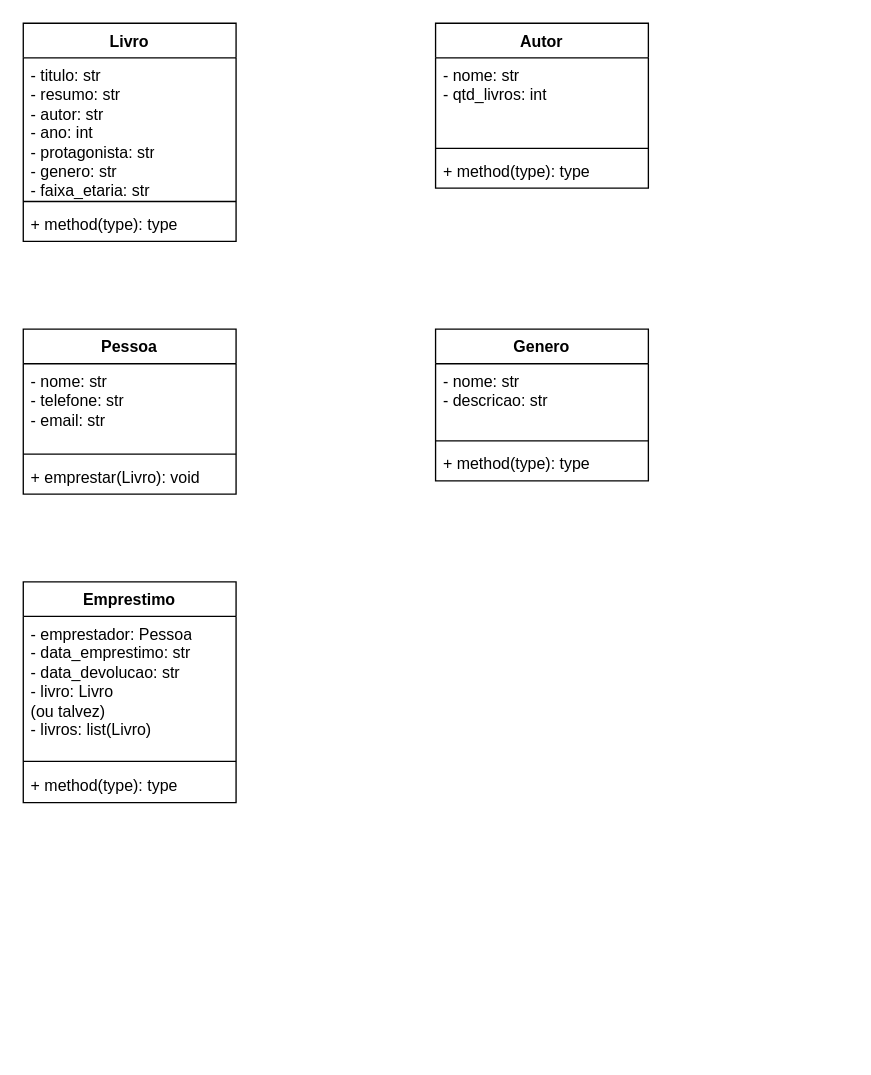
ChrisBarlera/UFSCode keeps this draw.io diagram as INE5605-02238A - Desenvolvimento de Sistemas Orientados a Objetos I/09 - Setembro/EmprestimosLivros(Classes).drawio. Above is the earlier version. Source tidied: cells renumbered, new cells numbered last; positions are measured from the earlier drawing's top-left corner, leaving out a move shared by most shapes. Both pictures are drawn from the tidied source at 133%, with x=0, y=0 at pixel (23, 23).
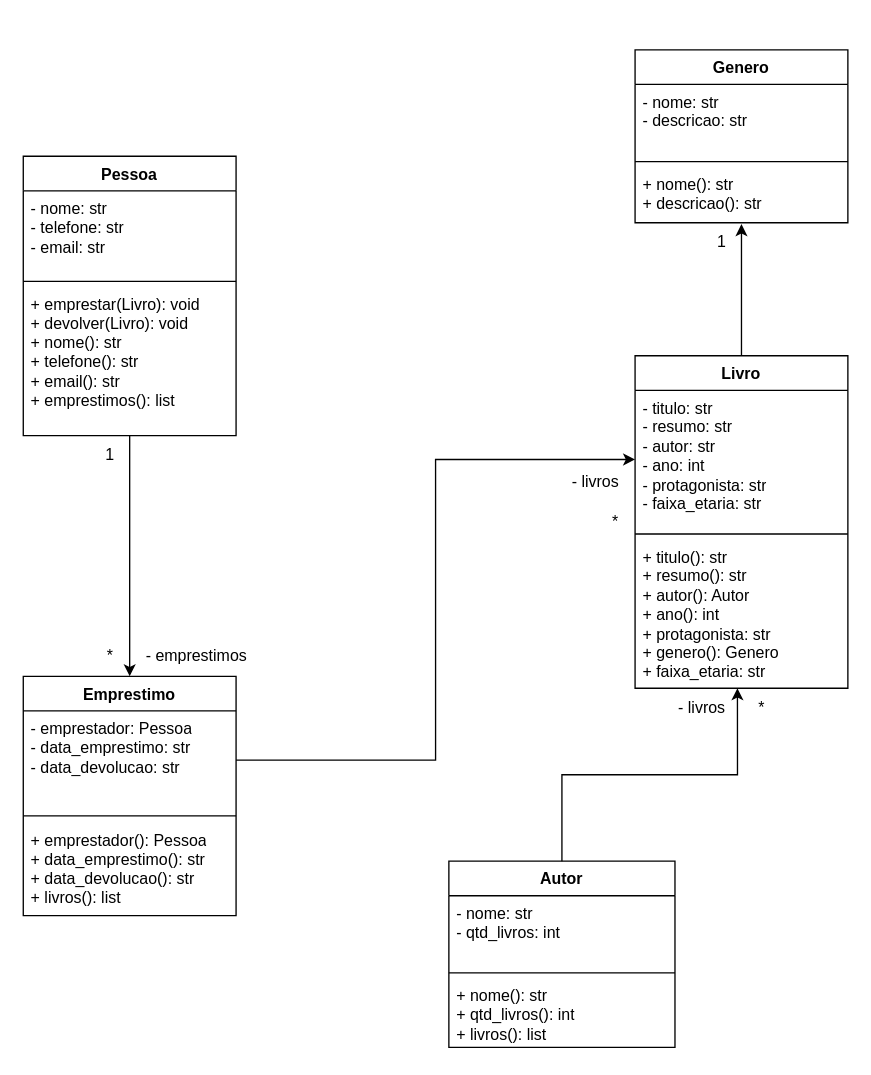
The same page after the edit.

Change to the diagram source:
```diff
@@
     <mxCell id="2" value="Livro" style="swimlane;fontStyle=1;align=center;verticalAlign=top;horizontal=1;startSize=26;whiteSpace=wrap;html=1;" parent="1" vertex="1">
-      <mxGeometry width="160" height="164" as="geometry" />
+      <mxGeometry x="460" y="250" width="160" height="250" as="geometry" />
     </mxCell>
-    <mxCell id="3" value="- titulo: str&lt;div&gt;- resumo: str&lt;br&gt;&lt;/div&gt;&lt;div&gt;- autor: str&lt;br&gt;&lt;/div&gt;&lt;div&gt;- ano: int&lt;/div&gt;&lt;div&gt;- protagonista: str&lt;br&gt;&lt;/div&gt;&lt;div&gt;- genero: str&lt;br&gt;&lt;/div&gt;&lt;div&gt;- faixa_etaria: str&lt;br&gt;&lt;/div&gt;" style="text;strokeColor=none;fillColor=none;align=left;verticalAlign=top;spacingLeft=4;spacingRight=4;overflow=hidden;points=[[0,0.5],[1,0.5]];portConstraint=eastwest;whiteSpace=wrap;html=1;" parent="2" vertex="1">
+    <mxCell id="3" value="- titulo: str&lt;div&gt;- resumo: str&lt;br&gt;&lt;/div&gt;&lt;div&gt;- autor: str&lt;br&gt;&lt;/div&gt;&lt;div&gt;- ano: int&lt;/div&gt;&lt;div&gt;- protagonista: str&lt;/div&gt;&lt;div&gt;&lt;span style=&quot;background-color: initial;&quot;&gt;- faixa_etaria: str&lt;/span&gt;&lt;/div&gt;" style="text;strokeColor=none;fillColor=none;align=left;verticalAlign=top;spacingLeft=4;spacingRight=4;overflow=hidden;points=[[0,0.5],[1,0.5]];portConstraint=eastwest;whiteSpace=wrap;html=1;" parent="2" vertex="1">
       <mxGeometry y="26" width="160" height="104" as="geometry" />
     </mxCell>
@@
-    <mxCell id="5" value="+ method(type): type" style="text;strokeColor=none;fillColor=none;align=left;verticalAlign=top;spacingLeft=4;spacingRight=4;overflow=hidden;points=[[0,0.5],[1,0.5]];portConstraint=eastwest;whiteSpace=wrap;html=1;" parent="2" vertex="1">
-      <mxGeometry y="138" width="160" height="26" as="geometry" />
+    <mxCell id="5" value="+ titulo(): str&lt;div&gt;+ resumo(): str&lt;br&gt;&lt;/div&gt;&lt;div&gt;+ autor(): Autor&lt;br&gt;&lt;/div&gt;&lt;div&gt;+ ano(): int&lt;br&gt;&lt;/div&gt;&lt;div&gt;+ protagonista: str&lt;br&gt;&lt;/div&gt;&lt;div&gt;+ genero(): Genero&lt;/div&gt;&lt;div&gt;+ faixa_etaria: str&lt;/div&gt;" style="text;strokeColor=none;fillColor=none;align=left;verticalAlign=top;spacingLeft=4;spacingRight=4;overflow=hidden;points=[[0,0.5],[1,0.5]];portConstraint=eastwest;whiteSpace=wrap;html=1;" parent="2" vertex="1">
+      <mxGeometry y="138" width="160" height="112" as="geometry" />
     </mxCell>
+    <mxCell id="22" style="edgeStyle=orthogonalEdgeStyle;rounded=0;jettySize=auto;html=1;entryX=0.5;entryY=0;entryDx=0;entryDy=0;" parent="1" edge="1" source="6" target="10">
+      <mxGeometry relative="1" as="geometry" />
+    </mxCell>
     <mxCell id="6" value="Pessoa" style="swimlane;fontStyle=1;align=center;verticalAlign=top;horizontal=1;startSize=26;whiteSpace=wrap;html=1;" parent="1" vertex="1">
-      <mxGeometry y="230" width="160" height="124" as="geometry" />
+      <mxGeometry y="100" width="160" height="210" as="geometry" />
     </mxCell>
@@
-    <mxCell id="9" value="+ emprestar(Livro): void" style="text;strokeColor=none;fillColor=none;align=left;verticalAlign=top;spacingLeft=4;spacingRight=4;overflow=hidden;whiteSpace=wrap;html=1;" parent="6" vertex="1">
-      <mxGeometry y="98" width="160" height="26" as="geometry" />
+    <mxCell id="9" value="+ emprestar(Livro): void&lt;div&gt;+ devolver(Livro): void&lt;/div&gt;&lt;div&gt;+ nome(): str&lt;/div&gt;&lt;div&gt;+ telefone(): str&lt;/div&gt;&lt;div&gt;+ email(): str&lt;/div&gt;&lt;div&gt;+ emprestimos(): list&lt;/div&gt;" style="text;strokeColor=none;fillColor=none;align=left;verticalAlign=top;spacingLeft=4;spacingRight=4;overflow=hidden;whiteSpace=wrap;html=1;" parent="6" vertex="1">
+      <mxGeometry y="98" width="160" height="112" as="geometry" />
     </mxCell>
     <mxCell id="10" value="Emprestimo" style="swimlane;fontStyle=1;align=center;verticalAlign=top;horizontal=1;startSize=26;whiteSpace=wrap;html=1;" parent="1" vertex="1">
-      <mxGeometry y="420" width="160" height="166" as="geometry" />
+      <mxGeometry y="491" width="160" height="180" as="geometry" />
     </mxCell>
-    <mxCell id="11" value="- emprestador: Pessoa&lt;div&gt;- data_emprestimo: str&lt;br&gt;&lt;div&gt;- data_devolucao: str&lt;br&gt;&lt;/div&gt;&lt;div&gt;- livro: Livro&lt;br&gt;&lt;/div&gt;&lt;div&gt;(ou talvez)&lt;/div&gt;&lt;div&gt;- livros: list(Livro)&lt;br&gt;&lt;/div&gt;&lt;/div&gt;" style="text;strokeColor=none;fillColor=none;align=left;verticalAlign=top;spacingLeft=4;spacingRight=4;overflow=hidden;points=[[0,0.5],[1,0.5]];portConstraint=eastwest;whiteSpace=wrap;html=1;" parent="10" vertex="1">
-      <mxGeometry y="26" width="160" height="104" as="geometry" />
+    <mxCell id="11" value="- emprestador: Pessoa&lt;div&gt;- data_emprestimo: str&lt;br&gt;&lt;div&gt;- data_devolucao: str&lt;br&gt;&lt;/div&gt;&lt;/div&gt;" style="text;strokeColor=none;fillColor=none;align=left;verticalAlign=top;spacingLeft=4;spacingRight=4;overflow=hidden;points=[[0,0.5],[1,0.5]];portConstraint=eastwest;whiteSpace=wrap;html=1;" parent="10" vertex="1">
+      <mxGeometry y="26" width="160" height="74" as="geometry" />
     </mxCell>
     <mxCell id="12" style="line;strokeWidth=1;fillColor=none;align=left;verticalAlign=middle;spacingTop=-1;spacingLeft=3;spacingRight=3;labelPosition=right;strokeColor=inherit;" parent="10" vertex="1">
-      <mxGeometry y="130" width="160" height="10" as="geometry" />
+      <mxGeometry y="100" width="160" height="10" as="geometry" />
     </mxCell>
-    <mxCell id="13" value="+ method(type): type" style="text;strokeColor=none;fillColor=none;align=left;verticalAlign=top;spacingLeft=4;spacingRight=4;overflow=hidden;whiteSpace=wrap;html=1;" parent="10" vertex="1">
-      <mxGeometry y="140" width="160" height="26" as="geometry" />
+    <mxCell id="13" value="+ emprestador(): Pessoa&lt;div&gt;+ data_emprestimo(): str&lt;br&gt;&lt;/div&gt;&lt;div&gt;+ data_devolucao(): str&lt;br&gt;&lt;/div&gt;&lt;div&gt;+ livros(): list&lt;/div&gt;" style="text;strokeColor=none;fillColor=none;align=left;verticalAlign=top;spacingLeft=4;spacingRight=4;overflow=hidden;whiteSpace=wrap;html=1;" parent="10" vertex="1">
+      <mxGeometry y="110" width="160" height="70" as="geometry" />
     </mxCell>
     <mxCell id="14" value="Autor" style="swimlane;fontStyle=1;align=center;verticalAlign=top;horizontal=1;startSize=26;whiteSpace=wrap;html=1;" parent="1" vertex="1">
-      <mxGeometry x="310" width="160" height="124" as="geometry" />
+      <mxGeometry x="320" y="630" width="170" height="140" as="geometry" />
     </mxCell>
     <mxCell id="15" value="- nome: str&lt;div&gt;- qtd_livros: int&lt;/div&gt;" style="text;strokeColor=none;fillColor=none;align=left;verticalAlign=top;spacingLeft=4;spacingRight=4;overflow=hidden;whiteSpace=wrap;html=1;" parent="14" vertex="1">
-      <mxGeometry y="26" width="160" height="64" as="geometry" />
+      <mxGeometry y="26" width="170" height="54" as="geometry" />
     </mxCell>
     <mxCell id="16" style="line;strokeWidth=1;fillColor=none;align=left;verticalAlign=middle;spacingTop=-1;spacingLeft=3;spacingRight=3;labelPosition=right;strokeColor=inherit;" parent="14" vertex="1">
-      <mxGeometry y="90" width="160" height="8" as="geometry" />
+      <mxGeometry y="80" width="170" height="8" as="geometry" />
     </mxCell>
-    <mxCell id="17" value="+ method(type): type" style="text;strokeColor=none;fillColor=none;align=left;verticalAlign=top;spacingLeft=4;spacingRight=4;overflow=hidden;whiteSpace=wrap;html=1;" parent="14" vertex="1">
-      <mxGeometry y="98" width="160" height="26" as="geometry" />
+    <mxCell id="17" value="&lt;div&gt;+ nome(): str&lt;br&gt;&lt;/div&gt;&lt;div&gt;+ qtd_livros(): int&lt;span style=&quot;color: rgba(0, 0, 0, 0); font-family: monospace; font-size: 0px; text-wrap: nowrap;&quot;&gt;&lt;br&gt;&lt;/span&gt;&lt;/div&gt;&lt;div&gt;+ livros(): list&lt;/div&gt;" style="text;strokeColor=none;fillColor=none;align=left;verticalAlign=top;spacingLeft=4;spacingRight=4;overflow=hidden;whiteSpace=wrap;html=1;" parent="14" vertex="1">
+      <mxGeometry y="88" width="170" height="52" as="geometry" />
     </mxCell>
     <mxCell id="18" value="Genero" style="swimlane;fontStyle=1;align=center;verticalAlign=top;horizontal=1;startSize=26;whiteSpace=wrap;html=1;" parent="1" vertex="1">
-      <mxGeometry x="310" y="230" width="160" height="114" as="geometry" />
+      <mxGeometry x="460" y="20" width="160" height="130" as="geometry" />
     </mxCell>
@@
-    <mxCell id="21" value="+ method(type): type" style="text;strokeColor=none;fillColor=none;align=left;verticalAlign=top;spacingLeft=4;spacingRight=4;overflow=hidden;points=[[0,0.5],[1,0.5]];portConstraint=eastwest;whiteSpace=wrap;html=1;" parent="18" vertex="1">
-      <mxGeometry y="88" width="160" height="26" as="geometry" />
+    <mxCell id="21" value="+ nome(): str&lt;div&gt;+ descricao(): str&lt;br&gt;&lt;/div&gt;" style="text;strokeColor=none;fillColor=none;align=left;verticalAlign=top;spacingLeft=4;spacingRight=4;overflow=hidden;points=[[0,0.5],[1,0.5]];portConstraint=eastwest;whiteSpace=wrap;html=1;" parent="18" vertex="1">
+      <mxGeometry y="88" width="160" height="42" as="geometry" />
     </mxCell>
+    <mxCell id="23" value="- emprestimos" style="text;html=1;align=center;verticalAlign=middle;strokeColor=none;fillColor=none;" parent="1" vertex="1">
+      <mxGeometry x="80" y="461" width="100" height="30" as="geometry" />
+    </mxCell>
+    <mxCell id="24" value="*" style="text;html=1;align=center;verticalAlign=middle;strokeColor=none;fillColor=none;" parent="1" vertex="1">
+      <mxGeometry x="50" y="461" width="30" height="30" as="geometry" />
+    </mxCell>
+    <mxCell id="25" value="1" style="text;html=1;align=center;verticalAlign=middle;strokeColor=none;fillColor=none;" parent="1" vertex="1">
+      <mxGeometry x="50" y="310" width="30" height="30" as="geometry" />
+    </mxCell>
+    <mxCell id="26" style="edgeStyle=orthogonalEdgeStyle;rounded=0;jettySize=auto;html=1;entryX=0;entryY=0.5;entryDx=0;entryDy=0;" parent="1" edge="1" source="11" target="3">
+      <mxGeometry relative="1" as="geometry" />
+    </mxCell>
+    <mxCell id="27" value="*" style="text;html=1;align=center;verticalAlign=middle;strokeColor=none;fillColor=none;" parent="1" vertex="1">
+      <mxGeometry x="430" y="360" width="30" height="30" as="geometry" />
+    </mxCell>
+    <mxCell id="28" value="- livros" style="text;html=1;align=center;verticalAlign=middle;strokeColor=none;fillColor=none;" parent="1" vertex="1">
+      <mxGeometry x="400" y="330" width="60" height="30" as="geometry" />
+    </mxCell>
+    <mxCell id="29" style="edgeStyle=orthogonalEdgeStyle;rounded=0;jettySize=auto;html=1;entryX=0.5;entryY=1.024;entryDx=0;entryDy=0;entryPerimeter=0;" parent="1" edge="1" source="2" target="21">
+      <mxGeometry relative="1" as="geometry" />
+    </mxCell>
+    <mxCell id="30" style="edgeStyle=orthogonalEdgeStyle;rounded=0;jettySize=auto;html=1;entryX=0.481;entryY=1;entryDx=0;entryDy=0;entryPerimeter=0;" parent="1" edge="1" source="14" target="5">
+      <mxGeometry relative="1" as="geometry" />
+    </mxCell>
+    <mxCell id="31" value="1" style="text;html=1;align=center;verticalAlign=middle;strokeColor=none;fillColor=none;" parent="1" vertex="1">
+      <mxGeometry x="510" y="150" width="30" height="30" as="geometry" />
+    </mxCell>
+    <mxCell id="32" value="- livros" style="text;html=1;align=center;verticalAlign=middle;strokeColor=none;fillColor=none;" parent="1" vertex="1">
+      <mxGeometry x="480" y="500" width="60" height="30" as="geometry" />
+    </mxCell>
+    <mxCell id="33" value="*" style="text;html=1;align=center;verticalAlign=middle;strokeColor=none;fillColor=none;" parent="1" vertex="1">
+      <mxGeometry x="540" y="500" width="30" height="30" as="geometry" />
+    </mxCell>
```
